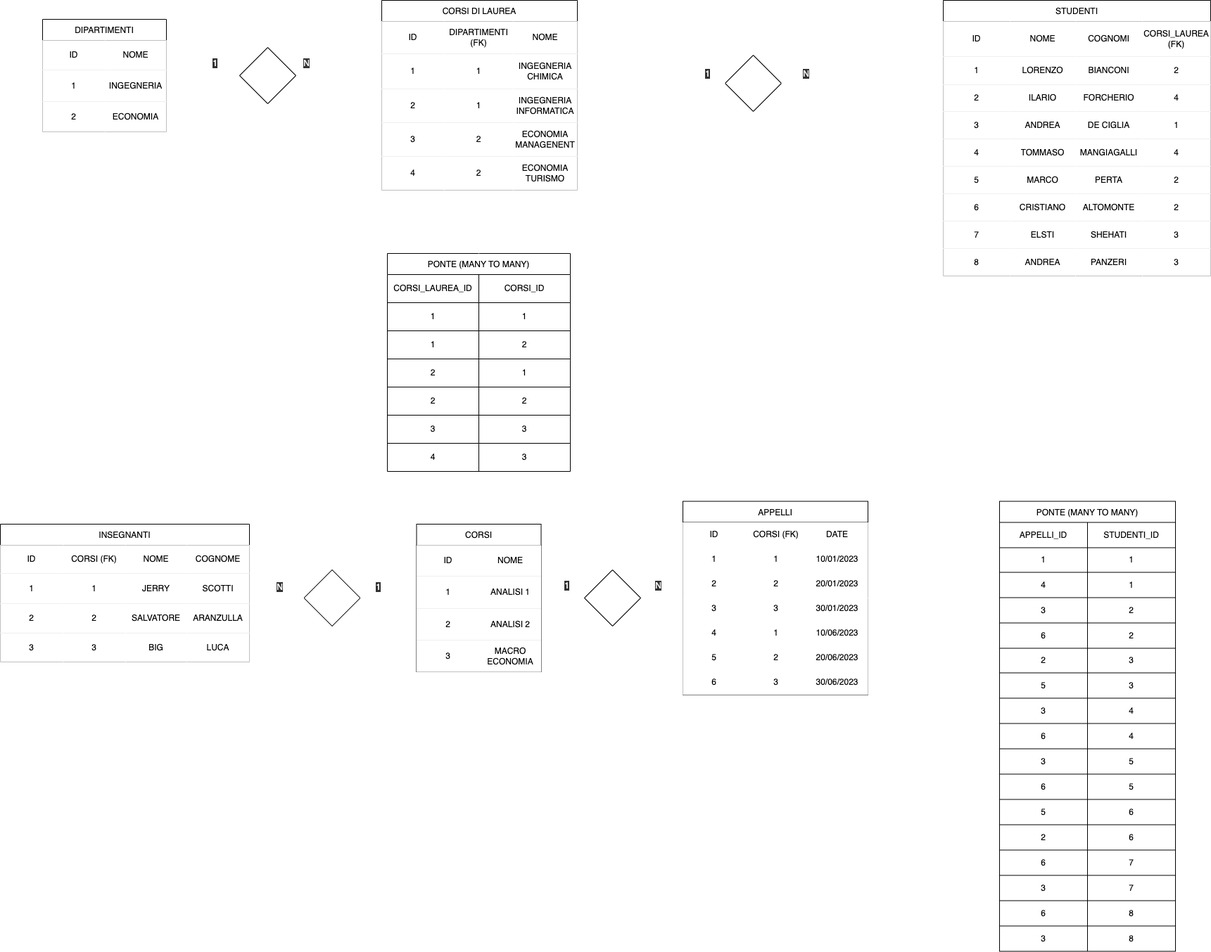
Above: TABELLA.PNG in lollobianco/db-university (draw.io), before the change. Source tidied: cells renumbered, new cells last; positions are measured from the earlier drawing's top-left corner, leaving out a move shared by most shapes.
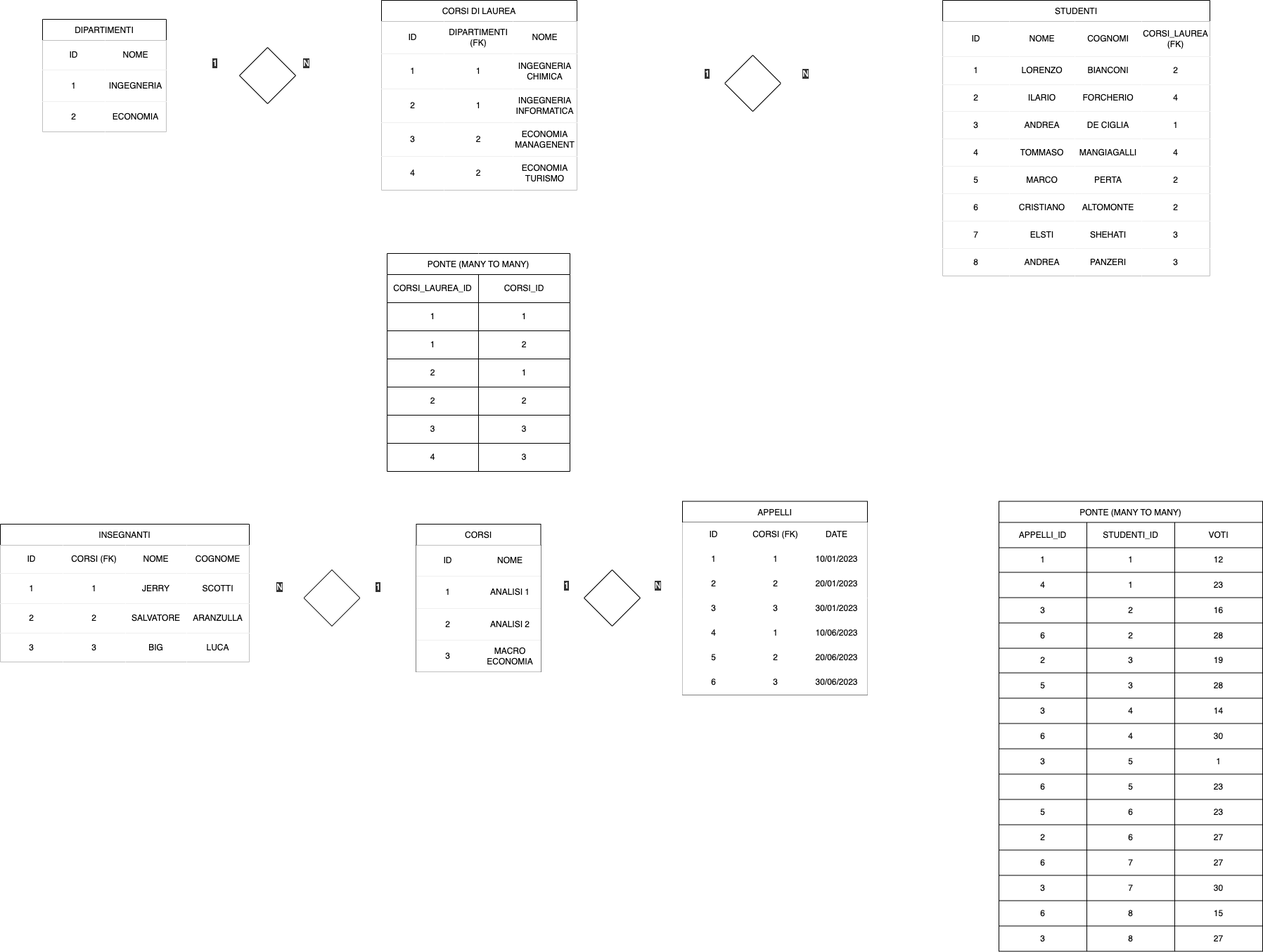
Later version of the same file.

Commit message:
Aggiunti voti

Diff of the diagram source:
```diff
@@ -574,6 +574,6 @@
     <mxCell id="186" value="PONTE (MANY TO MANY)" style="shape=table;startSize=30;labelBackgroundColor=none;swimlaneFillColor=default;fontColor=#000000;" parent="1" vertex="1">
-      <mxGeometry x="1420" y="712.5" width="250" height="640" as="geometry" />
+      <mxGeometry x="1420" y="712.5" width="375" height="640" as="geometry" />
     </mxCell>
     <mxCell id="187" style="shape=tableRow;horizontal=0;startSize=0;swimlaneHead=0;swimlaneBody=0;top=0;left=0;bottom=0;right=0;fillColor=none;labelBackgroundColor=none;fontColor=#000000;" parent="186" vertex="1">
-      <mxGeometry y="30" width="250" height="36" as="geometry" />
+      <mxGeometry y="30" width="375" height="36" as="geometry" />
     </mxCell>
@@ -585,4 +585,7 @@
     </mxCell>
+    <mxCell id="240" value="VOTI" style="shape=partialRectangle;html=1;whiteSpace=wrap;overflow=hidden;fillColor=none;top=0;left=0;bottom=0;right=0;labelBackgroundColor=none;fontColor=#000000;" parent="187" vertex="1">
+      <mxGeometry x="250" width="125" height="36" as="geometry" />
+    </mxCell>
     <mxCell id="190" style="shape=tableRow;horizontal=0;startSize=0;swimlaneHead=0;swimlaneBody=0;top=0;left=0;bottom=0;right=0;fillColor=none;labelBackgroundColor=none;fontColor=#000000;" parent="186" vertex="1">
-      <mxGeometry y="66" width="250" height="35" as="geometry" />
+      <mxGeometry y="66" width="375" height="35" as="geometry" />
     </mxCell>
@@ -594,4 +597,7 @@
     </mxCell>
+    <mxCell id="241" value="12" style="shape=partialRectangle;html=1;whiteSpace=wrap;overflow=hidden;fillColor=none;top=0;left=0;bottom=0;right=0;labelBackgroundColor=none;fontColor=#000000;" parent="190" vertex="1">
+      <mxGeometry x="250" width="125" height="35" as="geometry" />
+    </mxCell>
     <mxCell id="193" style="shape=tableRow;horizontal=0;startSize=0;swimlaneHead=0;swimlaneBody=0;top=0;left=0;bottom=0;right=0;fillColor=none;labelBackgroundColor=none;fontColor=#000000;" parent="186" vertex="1">
-      <mxGeometry y="101" width="250" height="36" as="geometry" />
+      <mxGeometry y="101" width="375" height="36" as="geometry" />
     </mxCell>
@@ -603,4 +609,7 @@
     </mxCell>
+    <mxCell id="242" value="23" style="shape=partialRectangle;html=1;whiteSpace=wrap;overflow=hidden;fillColor=none;top=0;left=0;bottom=0;right=0;labelBackgroundColor=none;fontColor=#000000;" parent="193" vertex="1">
+      <mxGeometry x="250" width="125" height="36" as="geometry" />
+    </mxCell>
     <mxCell id="196" style="shape=tableRow;horizontal=0;startSize=0;swimlaneHead=0;swimlaneBody=0;top=0;left=0;bottom=0;right=0;fillColor=none;labelBackgroundColor=none;fontColor=#000000;" parent="186" vertex="1">
-      <mxGeometry y="137" width="250" height="36" as="geometry" />
+      <mxGeometry y="137" width="375" height="36" as="geometry" />
     </mxCell>
@@ -612,4 +621,7 @@
     </mxCell>
+    <mxCell id="243" value="16" style="shape=partialRectangle;html=1;whiteSpace=wrap;overflow=hidden;fillColor=none;top=0;left=0;bottom=0;right=0;labelBackgroundColor=none;fontColor=#000000;" parent="196" vertex="1">
+      <mxGeometry x="250" width="125" height="36" as="geometry" />
+    </mxCell>
     <mxCell id="199" style="shape=tableRow;horizontal=0;startSize=0;swimlaneHead=0;swimlaneBody=0;top=0;left=0;bottom=0;right=0;fillColor=none;labelBackgroundColor=none;fontColor=#000000;" parent="186" vertex="1">
-      <mxGeometry y="173" width="250" height="36" as="geometry" />
+      <mxGeometry y="173" width="375" height="36" as="geometry" />
     </mxCell>
@@ -621,4 +633,7 @@
     </mxCell>
+    <mxCell id="244" value="28" style="shape=partialRectangle;html=1;whiteSpace=wrap;overflow=hidden;fillColor=none;top=0;left=0;bottom=0;right=0;labelBackgroundColor=none;fontColor=#000000;" parent="199" vertex="1">
+      <mxGeometry x="250" width="125" height="36" as="geometry" />
+    </mxCell>
     <mxCell id="202" style="shape=tableRow;horizontal=0;startSize=0;swimlaneHead=0;swimlaneBody=0;top=0;left=0;bottom=0;right=0;fillColor=none;labelBackgroundColor=none;fontColor=#000000;" parent="186" vertex="1">
-      <mxGeometry y="209" width="250" height="35" as="geometry" />
+      <mxGeometry y="209" width="375" height="35" as="geometry" />
     </mxCell>
@@ -630,4 +645,7 @@
     </mxCell>
+    <mxCell id="245" value="19" style="shape=partialRectangle;html=1;whiteSpace=wrap;overflow=hidden;fillColor=none;top=0;left=0;bottom=0;right=0;labelBackgroundColor=none;fontColor=#000000;" parent="202" vertex="1">
+      <mxGeometry x="250" width="125" height="35" as="geometry" />
+    </mxCell>
     <mxCell id="205" style="shape=tableRow;horizontal=0;startSize=0;swimlaneHead=0;swimlaneBody=0;top=0;left=0;bottom=0;right=0;fillColor=none;labelBackgroundColor=none;fontColor=#000000;" parent="186" vertex="1">
-      <mxGeometry y="244" width="250" height="36" as="geometry" />
+      <mxGeometry y="244" width="375" height="36" as="geometry" />
     </mxCell>
@@ -639,4 +657,7 @@
     </mxCell>
+    <mxCell id="246" value="28" style="shape=partialRectangle;html=1;whiteSpace=wrap;overflow=hidden;fillColor=none;top=0;left=0;bottom=0;right=0;labelBackgroundColor=none;fontColor=#000000;" parent="205" vertex="1">
+      <mxGeometry x="250" width="125" height="36" as="geometry" />
+    </mxCell>
     <mxCell id="208" style="shape=tableRow;horizontal=0;startSize=0;swimlaneHead=0;swimlaneBody=0;top=0;left=0;bottom=0;right=0;fillColor=none;labelBackgroundColor=none;fontColor=#000000;" parent="186" vertex="1">
-      <mxGeometry y="280" width="250" height="36" as="geometry" />
+      <mxGeometry y="280" width="375" height="36" as="geometry" />
     </mxCell>
@@ -648,4 +669,7 @@
     </mxCell>
+    <mxCell id="247" value="14" style="shape=partialRectangle;html=1;whiteSpace=wrap;overflow=hidden;fillColor=none;top=0;left=0;bottom=0;right=0;labelBackgroundColor=none;fontColor=#000000;" parent="208" vertex="1">
+      <mxGeometry x="250" width="125" height="36" as="geometry" />
+    </mxCell>
     <mxCell id="211" style="shape=tableRow;horizontal=0;startSize=0;swimlaneHead=0;swimlaneBody=0;top=0;left=0;bottom=0;right=0;fillColor=none;labelBackgroundColor=none;fontColor=#000000;" parent="186" vertex="1">
-      <mxGeometry y="316" width="250" height="36" as="geometry" />
+      <mxGeometry y="316" width="375" height="36" as="geometry" />
     </mxCell>
@@ -657,4 +681,7 @@
     </mxCell>
+    <mxCell id="248" value="30" style="shape=partialRectangle;html=1;whiteSpace=wrap;overflow=hidden;fillColor=none;top=0;left=0;bottom=0;right=0;labelBackgroundColor=none;fontColor=#000000;" parent="211" vertex="1">
+      <mxGeometry x="250" width="125" height="36" as="geometry" />
+    </mxCell>
     <mxCell id="214" style="shape=tableRow;horizontal=0;startSize=0;swimlaneHead=0;swimlaneBody=0;top=0;left=0;bottom=0;right=0;fillColor=none;labelBackgroundColor=none;fontColor=#000000;" parent="186" vertex="1">
-      <mxGeometry y="352" width="250" height="36" as="geometry" />
+      <mxGeometry y="352" width="375" height="36" as="geometry" />
     </mxCell>
@@ -666,4 +693,7 @@
     </mxCell>
+    <mxCell id="249" value="1" style="shape=partialRectangle;html=1;whiteSpace=wrap;overflow=hidden;fillColor=none;top=0;left=0;bottom=0;right=0;labelBackgroundColor=none;fontColor=#000000;" parent="214" vertex="1">
+      <mxGeometry x="250" width="125" height="36" as="geometry" />
+    </mxCell>
     <mxCell id="217" style="shape=tableRow;horizontal=0;startSize=0;swimlaneHead=0;swimlaneBody=0;top=0;left=0;bottom=0;right=0;fillColor=none;labelBackgroundColor=none;fontColor=#000000;" parent="186" vertex="1">
-      <mxGeometry y="388" width="250" height="36" as="geometry" />
+      <mxGeometry y="388" width="375" height="36" as="geometry" />
     </mxCell>
@@ -675,4 +705,7 @@
     </mxCell>
+    <mxCell id="250" value="23" style="shape=partialRectangle;html=1;whiteSpace=wrap;overflow=hidden;fillColor=none;top=0;left=0;bottom=0;right=0;labelBackgroundColor=none;fontColor=#000000;" parent="217" vertex="1">
+      <mxGeometry x="250" width="125" height="36" as="geometry" />
+    </mxCell>
     <mxCell id="220" style="shape=tableRow;horizontal=0;startSize=0;swimlaneHead=0;swimlaneBody=0;top=0;left=0;bottom=0;right=0;fillColor=none;labelBackgroundColor=none;fontColor=#000000;" parent="186" vertex="1">
-      <mxGeometry y="424" width="250" height="36" as="geometry" />
+      <mxGeometry y="424" width="375" height="36" as="geometry" />
     </mxCell>
@@ -684,4 +717,7 @@
     </mxCell>
+    <mxCell id="251" value="23" style="shape=partialRectangle;html=1;whiteSpace=wrap;overflow=hidden;fillColor=none;top=0;left=0;bottom=0;right=0;labelBackgroundColor=none;fontColor=#000000;" parent="220" vertex="1">
+      <mxGeometry x="250" width="125" height="36" as="geometry" />
+    </mxCell>
     <mxCell id="223" style="shape=tableRow;horizontal=0;startSize=0;swimlaneHead=0;swimlaneBody=0;top=0;left=0;bottom=0;right=0;fillColor=none;labelBackgroundColor=none;fontColor=#000000;" parent="186" vertex="1">
-      <mxGeometry y="460" width="250" height="36" as="geometry" />
+      <mxGeometry y="460" width="375" height="36" as="geometry" />
     </mxCell>
@@ -693,4 +729,7 @@
     </mxCell>
+    <mxCell id="252" value="27" style="shape=partialRectangle;html=1;whiteSpace=wrap;overflow=hidden;fillColor=none;top=0;left=0;bottom=0;right=0;labelBackgroundColor=none;fontColor=#000000;" parent="223" vertex="1">
+      <mxGeometry x="250" width="125" height="36" as="geometry" />
+    </mxCell>
     <mxCell id="226" style="shape=tableRow;horizontal=0;startSize=0;swimlaneHead=0;swimlaneBody=0;top=0;left=0;bottom=0;right=0;fillColor=none;labelBackgroundColor=none;fontColor=#000000;" parent="186" vertex="1">
-      <mxGeometry y="496" width="250" height="36" as="geometry" />
+      <mxGeometry y="496" width="375" height="36" as="geometry" />
     </mxCell>
@@ -702,4 +741,7 @@
     </mxCell>
+    <mxCell id="253" value="27" style="shape=partialRectangle;html=1;whiteSpace=wrap;overflow=hidden;fillColor=none;top=0;left=0;bottom=0;right=0;labelBackgroundColor=none;fontColor=#000000;" parent="226" vertex="1">
+      <mxGeometry x="250" width="125" height="36" as="geometry" />
+    </mxCell>
     <mxCell id="229" style="shape=tableRow;horizontal=0;startSize=0;swimlaneHead=0;swimlaneBody=0;top=0;left=0;bottom=0;right=0;fillColor=none;labelBackgroundColor=none;fontColor=#000000;" parent="186" vertex="1">
-      <mxGeometry y="532" width="250" height="36" as="geometry" />
+      <mxGeometry y="532" width="375" height="36" as="geometry" />
     </mxCell>
@@ -711,4 +753,7 @@
     </mxCell>
+    <mxCell id="254" value="30" style="shape=partialRectangle;html=1;whiteSpace=wrap;overflow=hidden;fillColor=none;top=0;left=0;bottom=0;right=0;labelBackgroundColor=none;fontColor=#000000;" parent="229" vertex="1">
+      <mxGeometry x="250" width="125" height="36" as="geometry" />
+    </mxCell>
     <mxCell id="232" style="shape=tableRow;horizontal=0;startSize=0;swimlaneHead=0;swimlaneBody=0;top=0;left=0;bottom=0;right=0;fillColor=none;labelBackgroundColor=none;fontColor=#000000;" parent="186" vertex="1">
-      <mxGeometry y="568" width="250" height="36" as="geometry" />
+      <mxGeometry y="568" width="375" height="36" as="geometry" />
     </mxCell>
@@ -720,4 +765,7 @@
     </mxCell>
+    <mxCell id="255" value="15" style="shape=partialRectangle;html=1;whiteSpace=wrap;overflow=hidden;fillColor=none;top=0;left=0;bottom=0;right=0;labelBackgroundColor=none;fontColor=#000000;" parent="232" vertex="1">
+      <mxGeometry x="250" width="125" height="36" as="geometry" />
+    </mxCell>
     <mxCell id="235" style="shape=tableRow;horizontal=0;startSize=0;swimlaneHead=0;swimlaneBody=0;top=0;left=0;bottom=0;right=0;fillColor=none;labelBackgroundColor=none;fontColor=#000000;" parent="186" vertex="1">
-      <mxGeometry y="604" width="250" height="36" as="geometry" />
+      <mxGeometry y="604" width="375" height="36" as="geometry" />
     </mxCell>
@@ -729,2 +777,5 @@
     </mxCell>
+    <mxCell id="256" value="27" style="shape=partialRectangle;html=1;whiteSpace=wrap;overflow=hidden;fillColor=none;top=0;left=0;bottom=0;right=0;labelBackgroundColor=none;fontColor=#000000;" parent="235" vertex="1">
+      <mxGeometry x="250" width="125" height="36" as="geometry" />
+    </mxCell>
     <mxCell id="238" style="edgeStyle=orthogonalEdgeStyle;rounded=0;orthogonalLoop=1;jettySize=auto;html=1;fontColor=#000000;strokeColor=#FFFFFF;" parent="1" edge="1">
```
